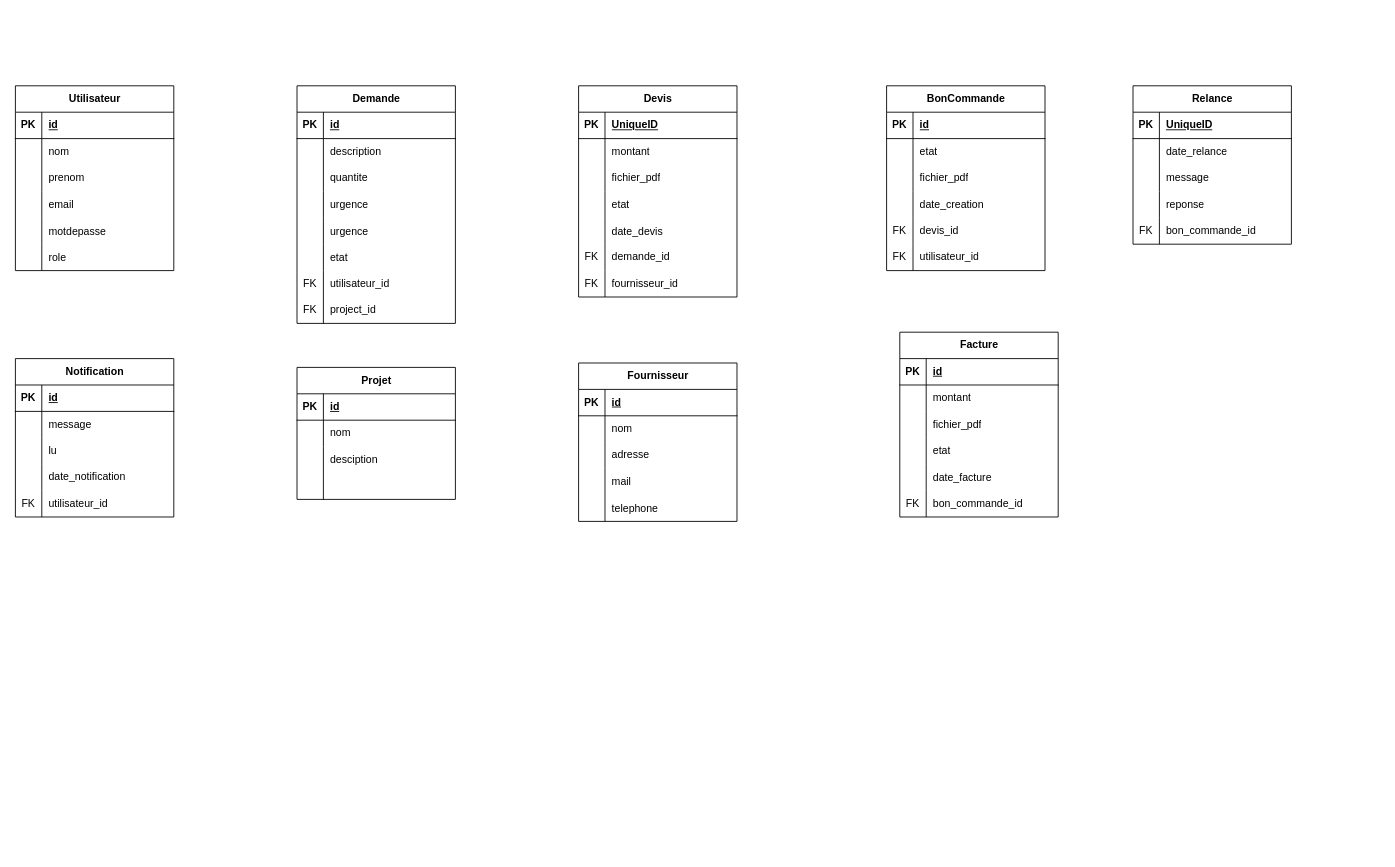
The draw.io diagram chustage.drawio in JinxYTW/Stage2024, before the edit. Source tidied: cells renumbered, new cells numbered last; positions are measured from the earlier drawing's top-left corner, leaving out a move shared by most shapes. Both pictures are drawn from the tidied source at 88%, with x=0, y=0 at pixel (15, 85).
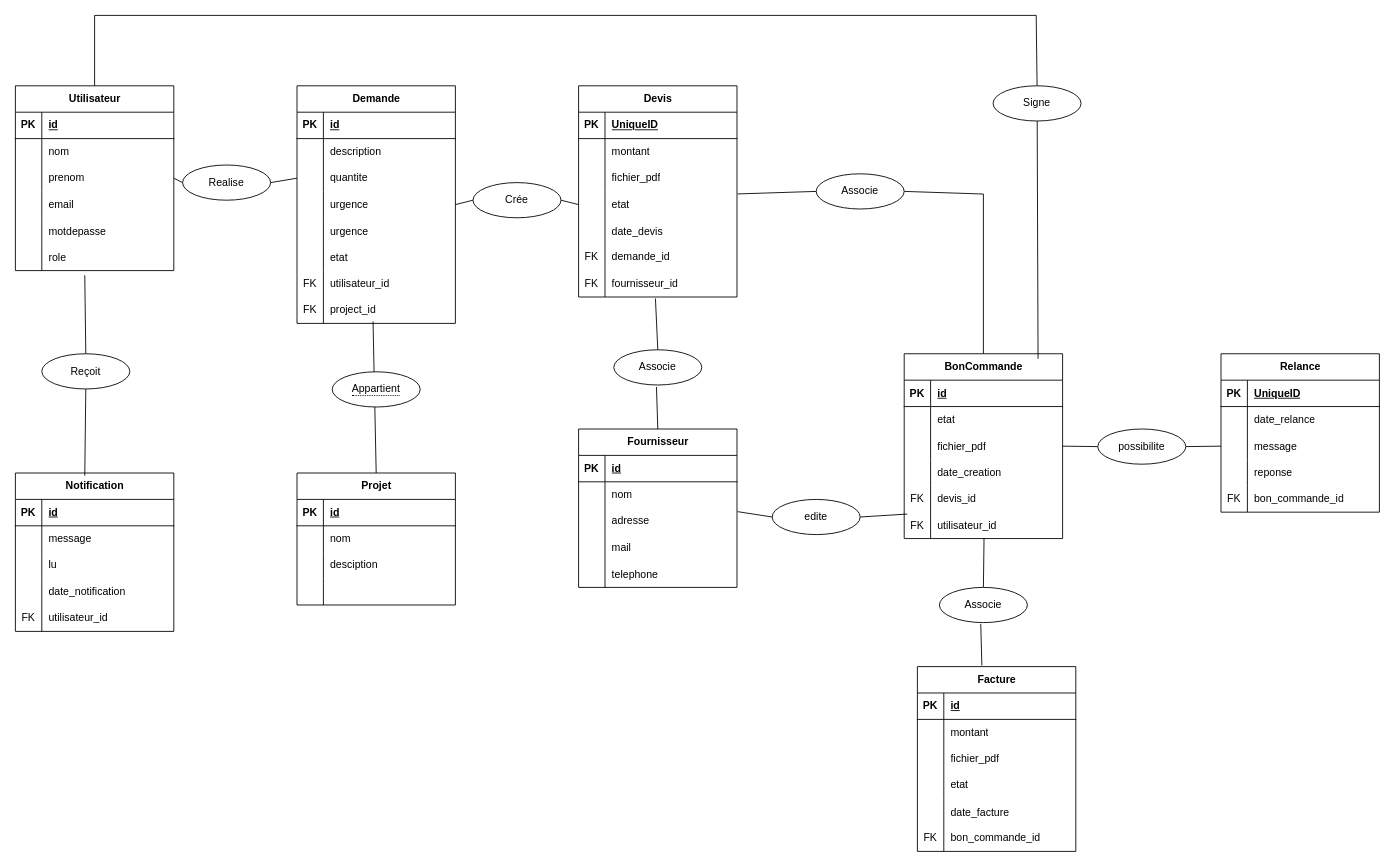
The same page after the edit.

Commit message:
Maj des liens

Unchanged cells that the change refers to:
```xml
<mxCell id="2" value="Utilisateur" style="shape=table;startSize=30;childLayout=tableLayout;rowLines=0;fontStyle=1;align=center;html=1;" parent="1" vertex="1">
  <mxGeometry width="180" height="210" as="geometry" />
</mxCell>
<mxCell id="9" style="shape=tableRow;horizontal=0;startSize=0;swimlaneHead=0;swimlaneBody=0;fillColor=none;points=[[0,0.5],[1,0.5]];portConstraint=eastwest;top=0;left=0;right=0;bottom=0;" parent="2" vertex="1">
  <mxGeometry y="90" width="180" height="30" as="geometry" />
</mxCell>
<mxCell id="18" style="shape=tableRow;horizontal=0;startSize=0;swimlaneHead=0;swimlaneBody=0;fillColor=none;points=[[0,0.5],[1,0.5]];portConstraint=eastwest;top=0;left=0;right=0;bottom=0;" parent="2" vertex="1">
  <mxGeometry y="180" width="180" height="30" as="geometry" />
</mxCell>
<mxCell id="44" style="shape=tableRow;horizontal=0;startSize=0;swimlaneHead=0;swimlaneBody=0;fillColor=none;points=[[0,0.5],[1,0.5]];portConstraint=eastwest;top=0;left=0;right=0;bottom=0;" parent="37" vertex="1">
  <mxGeometry y="90" width="180" height="30" as="geometry" />
</mxCell>
<mxCell id="47" style="shape=tableRow;horizontal=0;startSize=0;swimlaneHead=0;swimlaneBody=0;fillColor=none;points=[[0,0.5],[1,0.5]];portConstraint=eastwest;top=0;left=0;right=0;bottom=0;" parent="37" vertex="1">
  <mxGeometry y="120" width="180" height="30" as="geometry" />
</mxCell>
<mxCell id="59" style="shape=tableRow;horizontal=0;startSize=0;swimlaneHead=0;swimlaneBody=0;fillColor=none;points=[[0,0.5],[1,0.5]];portConstraint=eastwest;top=0;left=0;right=0;bottom=0;" parent="37" vertex="1">
  <mxGeometry y="240" width="180" height="30" as="geometry" />
</mxCell>
<mxCell id="85" style="shape=tableRow;horizontal=0;startSize=0;swimlaneHead=0;swimlaneBody=0;fillColor=none;points=[[0,0.5],[1,0.5]];portConstraint=eastwest;top=0;left=0;right=0;bottom=0;" parent="75" vertex="1">
  <mxGeometry y="120" width="180" height="30" as="geometry" />
</mxCell>
<mxCell id="94" style="shape=tableRow;horizontal=0;startSize=0;swimlaneHead=0;swimlaneBody=0;fillColor=none;points=[[0,0.5],[1,0.5]];portConstraint=eastwest;top=0;left=0;right=0;bottom=0;" parent="75" vertex="1">
  <mxGeometry y="210" width="180" height="30" as="geometry" />
</mxCell>
<mxCell id="104" style="shape=tableRow;horizontal=0;startSize=0;swimlaneHead=0;swimlaneBody=0;fillColor=none;points=[[0,0.5],[1,0.5]];portConstraint=eastwest;top=0;left=0;right=0;bottom=0;" parent="97" vertex="1">
  <mxGeometry y="90" width="180" height="30" as="geometry" />
</mxCell>
<mxCell id="120" style="shape=tableRow;horizontal=0;startSize=0;swimlaneHead=0;swimlaneBody=0;fillColor=none;points=[[0,0.5],[1,0.5]];portConstraint=eastwest;top=0;left=0;right=0;bottom=0;" parent="113" vertex="1">
  <mxGeometry y="90" width="180" height="30" as="geometry" />
</mxCell>
<mxCell id="126" style="shape=tableRow;horizontal=0;startSize=0;swimlaneHead=0;swimlaneBody=0;fillColor=none;points=[[0,0.5],[1,0.5]];portConstraint=eastwest;top=0;left=0;right=0;bottom=0;" parent="113" vertex="1">
  <mxGeometry y="150" width="180" height="30" as="geometry" />
</mxCell>
<mxCell id="129" style="shape=tableRow;horizontal=0;startSize=0;swimlaneHead=0;swimlaneBody=0;fillColor=none;points=[[0,0.5],[1,0.5]];portConstraint=eastwest;top=0;left=0;right=0;bottom=0;" parent="113" vertex="1">
  <mxGeometry y="180" width="180" height="30" as="geometry" />
</mxCell>
<mxCell id="158" style="shape=tableRow;horizontal=0;startSize=0;swimlaneHead=0;swimlaneBody=0;fillColor=none;points=[[0,0.5],[1,0.5]];portConstraint=eastwest;top=0;left=0;right=0;bottom=0;" parent="151" vertex="1">
  <mxGeometry y="90" width="180" height="30" as="geometry" />
</mxCell>
```

Diff of the diagram source:
```diff
@@
     <mxCell id="21" value="Notification" style="shape=table;startSize=30;childLayout=tableLayout;rowLines=0;fontStyle=1;align=center;html=1;" parent="1" vertex="1">
-      <mxGeometry y="310" width="180" height="180" as="geometry" />
+      <mxGeometry y="440" width="180" height="180" as="geometry" />
     </mxCell>
@@
     <mxCell id="62" value="Projet" style="shape=table;startSize=30;childLayout=tableLayout;rowLines=0;fontStyle=1;align=center;html=1;" parent="1" vertex="1">
-      <mxGeometry x="320" y="320" width="180" height="150" as="geometry" />
+      <mxGeometry x="320" y="440" width="180" height="150" as="geometry" />
     </mxCell>
@@
     <mxCell id="97" value="Fournisseur" style="shape=table;startSize=30;childLayout=tableLayout;rowLines=0;fontStyle=1;align=center;html=1;" parent="1" vertex="1">
-      <mxGeometry x="640" y="315" width="180" height="180" as="geometry" />
+      <mxGeometry x="640" y="390" width="180" height="180" as="geometry" />
     </mxCell>
@@
     <mxCell id="113" value="BonCommande" style="shape=table;startSize=30;childLayout=tableLayout;rowLines=0;fontStyle=1;align=center;html=1;" parent="1" vertex="1">
-      <mxGeometry x="990" width="180" height="210" as="geometry" />
+      <mxGeometry x="1010" y="304.5" width="180" height="210" as="geometry" />
     </mxCell>
@@
     <mxCell id="132" value="Facture" style="shape=table;startSize=30;childLayout=tableLayout;rowLines=0;fontStyle=1;align=center;html=1;" parent="1" vertex="1">
-      <mxGeometry x="1005" y="280" width="180" height="210" as="geometry" />
+      <mxGeometry x="1025" y="660" width="180" height="210" as="geometry" />
     </mxCell>
@@
     <mxCell id="151" value="Relance" style="shape=table;startSize=30;childLayout=tableLayout;rowLines=0;fontStyle=1;align=center;html=1;" parent="1" vertex="1">
-      <mxGeometry x="1270" width="180" height="180" as="geometry" />
+      <mxGeometry x="1370" y="304.5" width="180" height="180" as="geometry" />
     </mxCell>
@@
+    <mxCell id="167" style="endArrow=none;html=1;rounded=0;exitX=0.5;exitY=1;exitDx=0;exitDy=0;entryX=0.438;entryY=0.017;entryDx=0;entryDy=0;entryPerimeter=0;" parent="1" edge="1" source="179" target="21">
+      <mxGeometry relative="1" as="geometry" />
+    </mxCell>
+    <mxCell id="168" style="endArrow=none;html=1;rounded=0;exitX=1;exitY=0.5;exitDx=0;exitDy=0;entryX=0;entryY=0.5;entryDx=0;entryDy=0;" parent="1" edge="1" source="191" target="44">
+      <mxGeometry relative="1" as="geometry" />
+    </mxCell>
+    <mxCell id="169" style="endArrow=none;html=1;rounded=0;exitX=0.48;exitY=0.925;exitDx=0;exitDy=0;exitPerimeter=0;entryX=0.5;entryY=0;entryDx=0;entryDy=0;" parent="1" edge="1" source="59" target="62">
+      <mxGeometry relative="1" as="geometry" />
+    </mxCell>
+    <mxCell id="170" style="endArrow=none;html=1;rounded=0;exitX=1;exitY=0.5;exitDx=0;exitDy=0;entryX=0;entryY=0.5;entryDx=0;entryDy=0;" parent="1" edge="1" source="181" target="85">
+      <mxGeometry relative="1" as="geometry" />
+    </mxCell>
+    <mxCell id="171" style="endArrow=none;html=1;rounded=0;exitX=0.485;exitY=1.056;exitDx=0;exitDy=0;exitPerimeter=0;entryX=0.5;entryY=0;entryDx=0;entryDy=0;" parent="1" edge="1" source="193" target="97">
+      <mxGeometry relative="1" as="geometry" />
+    </mxCell>
+    <mxCell id="172" style="endArrow=none;html=1;rounded=0;exitX=1;exitY=0.5;exitDx=0;exitDy=0;entryX=0.019;entryY=1.072;entryDx=0;entryDy=0;entryPerimeter=0;" parent="1" edge="1" source="187" target="126">
+      <mxGeometry relative="1" as="geometry" />
+    </mxCell>
+    <mxCell id="173" style="endArrow=none;html=1;rounded=0;exitX=1;exitY=0.5;exitDx=0;exitDy=0;entryX=0;entryY=0.5;entryDx=0;entryDy=0;" parent="1" edge="1" source="195" target="158">
+      <mxGeometry relative="1" as="geometry" />
+    </mxCell>
+    <mxCell id="174" style="endArrow=none;html=1;rounded=0;entryX=0.504;entryY=0.979;entryDx=0;entryDy=0;entryPerimeter=0;exitX=0.5;exitY=0;exitDx=0;exitDy=0;" parent="1" edge="1" source="189" target="129">
+      <mxGeometry relative="1" as="geometry" />
+    </mxCell>
+    <mxCell id="175" style="endArrow=none;html=1;rounded=0;exitX=1;exitY=0.5;exitDx=0;exitDy=0;entryX=0.5;entryY=0;entryDx=0;entryDy=0;" parent="1" edge="1" source="185" target="113">
+      <mxGeometry relative="1" as="geometry">
+        <Array as="points">
+          <mxPoint x="1100" y="123" />
+        </Array>
+      </mxGeometry>
+    </mxCell>
+    <mxCell id="176" style="endArrow=none;html=1;rounded=0;exitX=0.5;exitY=0;exitDx=0;exitDy=0;entryX=0.845;entryY=0.027;entryDx=0;entryDy=0;entryPerimeter=0;" parent="1" edge="1" source="183" target="113">
+      <mxGeometry relative="1" as="geometry" />
+    </mxCell>
+    <mxCell id="177" value="&lt;span style=&quot;border-bottom: 1px dotted&quot;&gt;Appartient&lt;/span&gt;" style="ellipse;whiteSpace=wrap;html=1;align=center;" parent="1" vertex="1">
+      <mxGeometry x="360" y="325" width="100" height="40" as="geometry" />
+    </mxCell>
+    <mxCell id="178" style="endArrow=none;html=1;rounded=0;exitX=0.438;exitY=1.179;exitDx=0;exitDy=0;exitPerimeter=0;entryX=0.5;entryY=0;entryDx=0;entryDy=0;" parent="1" edge="1" source="18" target="179">
+      <mxGeometry relative="1" as="geometry" />
+    </mxCell>
+    <mxCell id="179" value="Reçoit" style="ellipse;whiteSpace=wrap;html=1;align=center;" parent="1" vertex="1">
+      <mxGeometry x="30" y="304.5" width="100" height="40" as="geometry" />
+    </mxCell>
+    <mxCell id="180" style="endArrow=none;html=1;rounded=0;exitX=1;exitY=0.5;exitDx=0;exitDy=0;entryX=0;entryY=0.5;entryDx=0;entryDy=0;" parent="1" edge="1" source="47" target="181">
+      <mxGeometry relative="1" as="geometry" />
+    </mxCell>
+    <mxCell id="181" value="Crée" style="ellipse;whiteSpace=wrap;html=1;align=center;" parent="1" vertex="1">
+      <mxGeometry x="520" y="110" width="100" height="40" as="geometry" />
+    </mxCell>
+    <mxCell id="182" style="endArrow=none;html=1;rounded=0;exitX=0.5;exitY=0;exitDx=0;exitDy=0;entryX=0.5;entryY=0;entryDx=0;entryDy=0;" parent="1" edge="1" source="2" target="183">
+      <mxGeometry relative="1" as="geometry">
+        <Array as="points">
+          <mxPoint x="90" y="-80" />
+          <mxPoint x="1160" y="-80" />
+        </Array>
+      </mxGeometry>
+    </mxCell>
+    <mxCell id="183" value="Signe" style="ellipse;whiteSpace=wrap;html=1;align=center;" parent="1" vertex="1">
+      <mxGeometry x="1111" width="100" height="40" as="geometry" />
+    </mxCell>
+    <mxCell id="184" style="endArrow=none;html=1;rounded=0;exitX=1.004;exitY=0.096;exitDx=0;exitDy=0;exitPerimeter=0;entryX=0;entryY=0.5;entryDx=0;entryDy=0;" parent="1" edge="1" source="85" target="185">
+      <mxGeometry relative="1" as="geometry" />
+    </mxCell>
+    <mxCell id="185" value="Associe" style="ellipse;whiteSpace=wrap;html=1;align=center;" parent="1" vertex="1">
+      <mxGeometry x="910" y="100" width="100" height="40" as="geometry" />
+    </mxCell>
+    <mxCell id="186" style="endArrow=none;html=1;rounded=0;exitX=1.004;exitY=0.131;exitDx=0;exitDy=0;exitPerimeter=0;entryX=0;entryY=0.5;entryDx=0;entryDy=0;" parent="1" edge="1" source="104" target="187">
+      <mxGeometry relative="1" as="geometry" />
+    </mxCell>
+    <mxCell id="187" value="edite" style="ellipse;whiteSpace=wrap;html=1;align=center;" parent="1" vertex="1">
+      <mxGeometry x="860" y="470" width="100" height="40" as="geometry" />
+    </mxCell>
+    <mxCell id="188" style="endArrow=none;html=1;rounded=0;entryX=0.47;entryY=1.037;entryDx=0;entryDy=0;entryPerimeter=0;exitX=0.407;exitY=-0.006;exitDx=0;exitDy=0;exitPerimeter=0;" parent="1" edge="1" source="132" target="189">
+      <mxGeometry relative="1" as="geometry" />
+    </mxCell>
+    <mxCell id="189" value="Associe" style="ellipse;whiteSpace=wrap;html=1;align=center;" parent="1" vertex="1">
+      <mxGeometry x="1050" y="570" width="100" height="40" as="geometry" />
+    </mxCell>
+    <mxCell id="190" style="endArrow=none;html=1;rounded=0;exitX=1;exitY=0.5;exitDx=0;exitDy=0;entryX=0;entryY=0.5;entryDx=0;entryDy=0;" parent="1" edge="1" source="9" target="191">
+      <mxGeometry relative="1" as="geometry" />
+    </mxCell>
+    <mxCell id="191" value="Realise" style="ellipse;whiteSpace=wrap;html=1;align=center;" parent="1" vertex="1">
+      <mxGeometry x="190" y="90" width="100" height="40" as="geometry" />
+    </mxCell>
+    <mxCell id="192" style="endArrow=none;html=1;rounded=0;exitX=0.485;exitY=1.056;exitDx=0;exitDy=0;exitPerimeter=0;entryX=0.5;entryY=0;entryDx=0;entryDy=0;" parent="1" edge="1" source="94" target="193">
+      <mxGeometry relative="1" as="geometry" />
+    </mxCell>
+    <mxCell id="193" value="Associe" style="ellipse;whiteSpace=wrap;html=1;align=center;" parent="1" vertex="1">
+      <mxGeometry x="680" y="300" width="100" height="40" as="geometry" />
+    </mxCell>
+    <mxCell id="194" style="endArrow=none;html=1;rounded=0;exitX=1;exitY=0.5;exitDx=0;exitDy=0;entryX=0;entryY=0.5;entryDx=0;entryDy=0;" parent="1" edge="1" source="120" target="195">
+      <mxGeometry relative="1" as="geometry" />
+    </mxCell>
+    <mxCell id="195" value="possibilite" style="ellipse;whiteSpace=wrap;html=1;align=center;" parent="1" vertex="1">
+      <mxGeometry x="1230" y="390" width="100" height="40" as="geometry" />
+    </mxCell>
```
